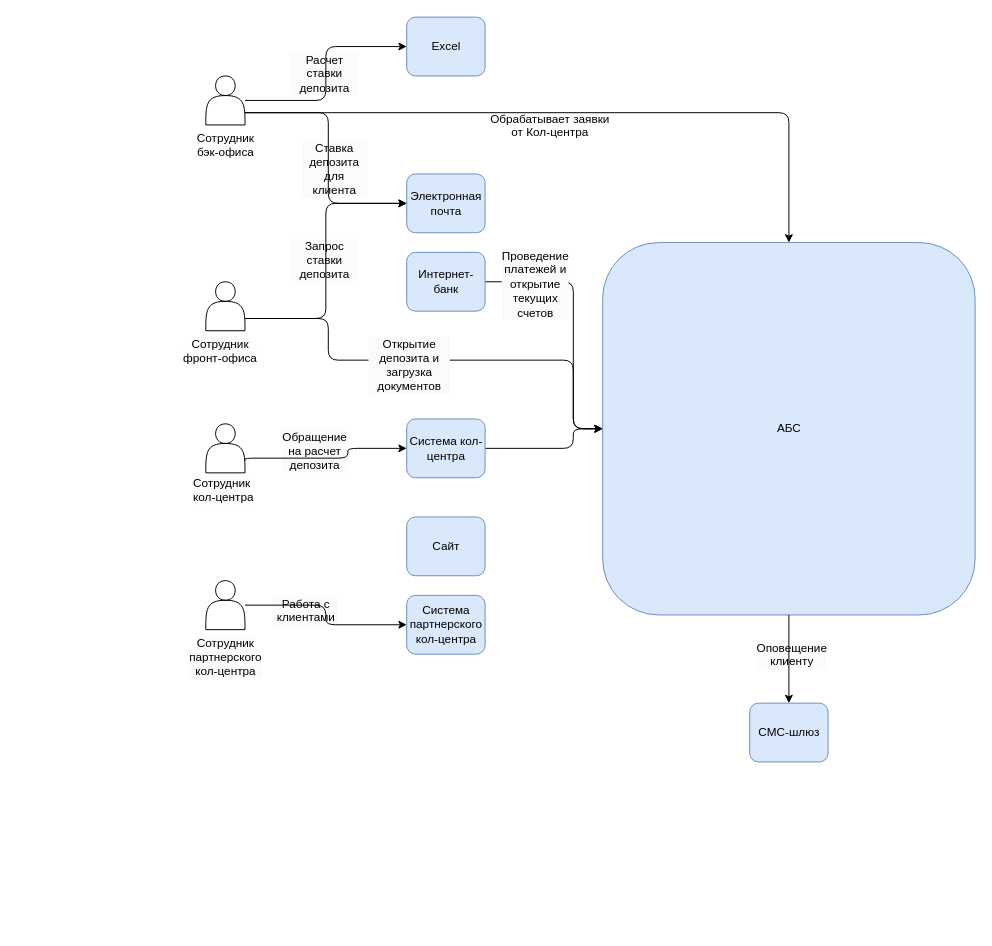
d-dmitriev/architecture-sprint-9 keeps this draw.io diagram as Exc1/integration.drawio. Above is the earlier version. Source tidied: cells renumbered, new cells numbered last; positions are measured from the earlier drawing's top-left corner, leaving out a move shared by most shapes. Both pictures are drawn from the tidied source at 98%, with x=0, y=0 at pixel (178, 17).
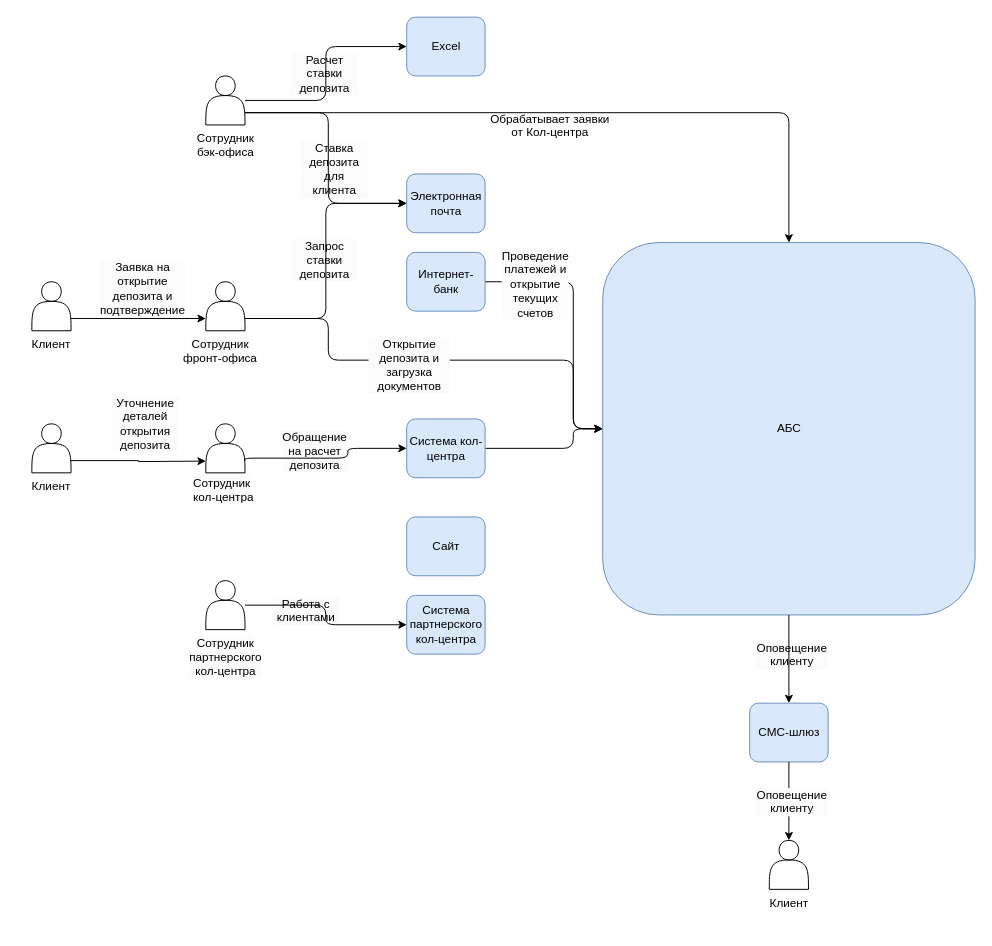
The same page after the edit.

The change refers to these unchanged cells:
```xml
<mxCell id="8" value="СМС-шлюз" style="rounded=1;whiteSpace=wrap;html=1;fillColor=#dae8fc;strokeColor=#6c8ebf;" parent="1" vertex="1">
  <mxGeometry x="582.5" y="700" width="80" height="60" as="geometry" />
</mxCell>
<mxCell id="19" style="shape=actor;whiteSpace=wrap;html=1;" parent="1" vertex="1">
  <mxGeometry x="27.5" y="270" width="40" height="50" as="geometry" />
</mxCell>
```

Change to the diagram source:
```diff
@@
+    <mxCell id="37" value="Клиент" style="text;whiteSpace=wrap;html=1;align=center;" parent="1" vertex="1">
+      <mxGeometry x="587.5" y="890" width="70" height="40" as="geometry" />
+    </mxCell>
+    <mxCell id="38" style="shape=actor;whiteSpace=wrap;html=1;" parent="1" vertex="1">
+      <mxGeometry x="602.5" y="840" width="40" height="50" as="geometry" />
+    </mxCell>
+    <mxCell id="39" style="edgeStyle=orthogonalEdgeStyle;rounded=0;jettySize=auto;html=1;entryX=0.5;entryY=0;entryDx=0;entryDy=0;exitX=0.5;exitY=1;exitDx=0;exitDy=0;" parent="1" edge="1" source="8" target="38">
+      <mxGeometry relative="1" as="geometry" />
+    </mxCell>
+    <mxCell id="40" value="&lt;div style=&quot;forced-color-adjust: none; color: rgb(0, 0, 0); font-family: Helvetica; font-size: 12px; font-style: normal; font-variant-ligatures: normal; font-variant-caps: normal; font-weight: 400; letter-spacing: normal; orphans: 2; text-align: center; text-indent: 0px; text-transform: none; widows: 2; word-spacing: 0px; -webkit-text-stroke-width: 0px; white-space: normal; background-color: rgb(251, 251, 251); text-decoration-thickness: initial; text-decoration-style: initial; text-decoration-color: initial;&quot;&gt;Оповещение клиенту&lt;/div&gt;" style="text;whiteSpace=wrap;html=1;" parent="1" vertex="1">
+      <mxGeometry x="587.5" y="780" width="70" height="40" as="geometry" />
+    </mxCell>
+    <mxCell id="41" style="shape=actor;whiteSpace=wrap;html=1;" parent="1" vertex="1">
+      <mxGeometry x="-150" y="270" width="40" height="50" as="geometry" />
+    </mxCell>
+    <mxCell id="42" value="Клиент" style="text;whiteSpace=wrap;html=1;align=center;" parent="1" vertex="1">
+      <mxGeometry x="-165" y="320" width="70" height="40" as="geometry" />
+    </mxCell>
+    <mxCell id="43" style="edgeStyle=orthogonalEdgeStyle;rounded=0;jettySize=auto;html=1;entryX=0;entryY=0.75;entryDx=0;entryDy=0;exitX=1;exitY=0.75;exitDx=0;exitDy=0;" parent="1" edge="1" source="41" target="19">
+      <mxGeometry relative="1" as="geometry" />
+    </mxCell>
+    <mxCell id="44" value="&lt;div style=&quot;forced-color-adjust: none; color: rgb(0, 0, 0); font-family: Helvetica; font-size: 12px; font-style: normal; font-variant-ligatures: normal; font-variant-caps: normal; font-weight: 400; letter-spacing: normal; orphans: 2; text-align: center; text-indent: 0px; text-transform: none; widows: 2; word-spacing: 0px; -webkit-text-stroke-width: 0px; white-space: normal; background-color: rgb(251, 251, 251); text-decoration-thickness: initial; text-decoration-style: initial; text-decoration-color: initial;&quot;&gt;Заявка на открытие депозита и подтверждение&lt;/div&gt;" style="text;whiteSpace=wrap;html=1;" parent="1" vertex="1">
+      <mxGeometry x="-82.5" y="242" width="70" height="40" as="geometry" />
+    </mxCell>
+    <mxCell id="45" style="shape=actor;whiteSpace=wrap;html=1;" parent="1" vertex="1">
+      <mxGeometry x="-150" y="415" width="40" height="50" as="geometry" />
+    </mxCell>
+    <mxCell id="46" style="edgeStyle=orthogonalEdgeStyle;rounded=0;jettySize=auto;html=1;entryX=0;entryY=0.75;entryDx=0;entryDy=0;exitX=1;exitY=0.75;exitDx=0;exitDy=0;" parent="1" edge="1" source="45">
+      <mxGeometry relative="1" as="geometry">
+        <mxPoint x="27.5" y="453" as="targetPoint" />
+      </mxGeometry>
+    </mxCell>
+    <mxCell id="47" value="Клиент" style="text;whiteSpace=wrap;html=1;align=center;" parent="1" vertex="1">
+      <mxGeometry x="-165" y="465" width="70" height="40" as="geometry" />
+    </mxCell>
+    <mxCell id="48" value="&lt;div style=&quot;forced-color-adjust: none; color: rgb(0, 0, 0); font-family: Helvetica; font-size: 12px; font-style: normal; font-variant-ligatures: normal; font-variant-caps: normal; font-weight: 400; letter-spacing: normal; orphans: 2; text-align: center; text-indent: 0px; text-transform: none; widows: 2; word-spacing: 0px; -webkit-text-stroke-width: 0px; white-space: normal; background-color: rgb(251, 251, 251); text-decoration-thickness: initial; text-decoration-style: initial; text-decoration-color: initial;&quot;&gt;Уточнение деталей&lt;/div&gt;&lt;div style=&quot;forced-color-adjust: none; color: rgb(0, 0, 0); font-family: Helvetica; font-size: 12px; font-style: normal; font-variant-ligatures: normal; font-variant-caps: normal; font-weight: 400; letter-spacing: normal; orphans: 2; text-align: center; text-indent: 0px; text-transform: none; widows: 2; word-spacing: 0px; -webkit-text-stroke-width: 0px; white-space: normal; background-color: rgb(251, 251, 251); text-decoration-thickness: initial; text-decoration-style: initial; text-decoration-color: initial;&quot;&gt;открытия депозита&lt;/div&gt;" style="text;whiteSpace=wrap;html=1;" parent="1" vertex="1">
+      <mxGeometry x="-70" y="380" width="70" height="40" as="geometry" />
+    </mxCell>
```
